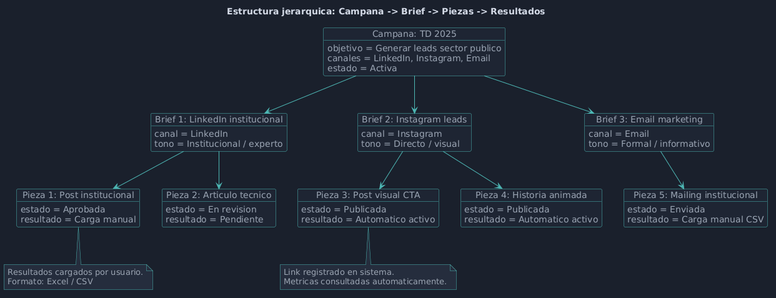
Earlier version of the PlantUML export agent/assets/img/diagramas/agente-creativo-estructura-campana-brief-piezas.png (sedibuc/documentacion_cintel).
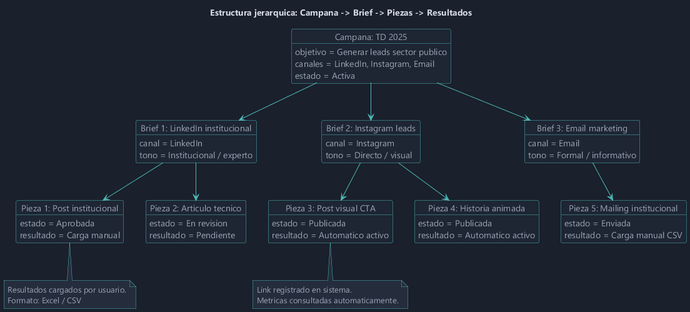
After the change.

The edit, as a diff of the source:
```diff
@@ -1,4 +1,4 @@
-@startuml
+@startuml agente-creativo-estructura-campana-brief-piezas
 skinparam backgroundColor #1a202c
 skinparam defaultFontColor #d4dae6
 skinparam defaultFontName "Segoe UI"
@@ -80,4 +80,5 @@
   Resultados cargados por usuario.
   Formato: Excel / CSV
 end note
+
 @enduml
```
